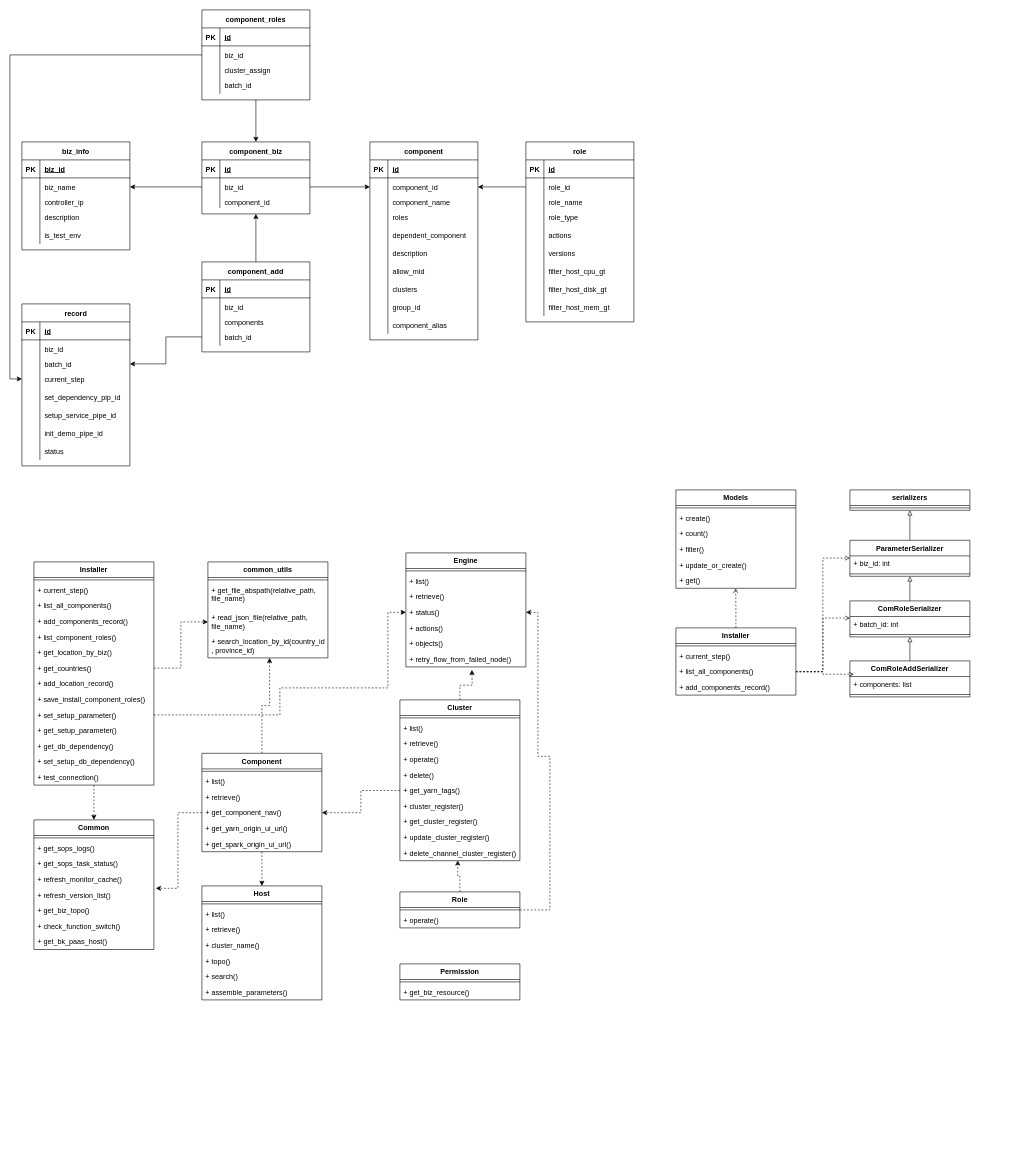
This is Untitled Diagram.drawio from TristanMenethill/hello-world, a draw.io file, before an edit. Source tidied: cells renumbered, new cells numbered last; positions are measured from the earlier drawing's top-left corner, leaving out a move shared by most shapes. Both pictures are drawn from the tidied source at 60%, with x=0, y=0 at pixel (22, 10).
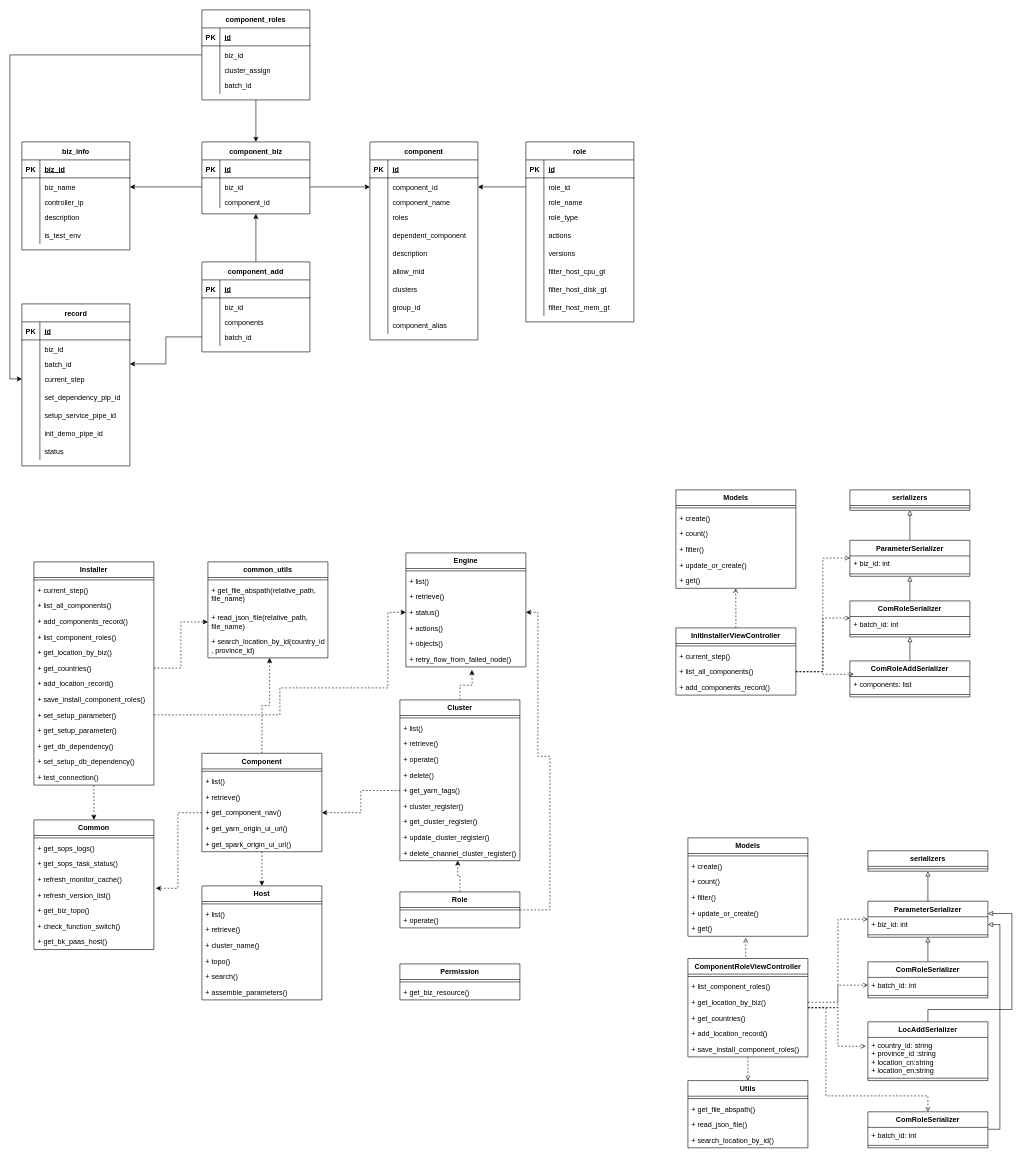
The same diagram, later.

What changed in the source:
```diff
@@
-    <mxCell id="225" value="Installer" style="swimlane;fontStyle=1;align=center;verticalAlign=top;horizontal=1;startSize=26;" parent="1" vertex="1">
+    <mxCell id="225" value="InitInstallerViewController" style="swimlane;fontStyle=1;align=center;verticalAlign=top;horizontal=1;startSize=26;" parent="1" vertex="1">
       <mxGeometry x="1090" y="1030" width="200" height="112" as="geometry" />
     </mxCell>
@@
+    <mxCell id="254" style="edgeStyle=orthogonalEdgeStyle;rounded=0;jettySize=auto;html=1;exitX=0.5;exitY=0;exitDx=0;exitDy=0;entryX=0.482;entryY=1.092;entryDx=0;entryDy=0;entryPerimeter=0;dashed=1;endArrow=open;endFill=0;" parent="1" edge="1" source="259" target="291">
+      <mxGeometry relative="1" as="geometry" />
+    </mxCell>
+    <mxCell id="255" style="edgeStyle=orthogonalEdgeStyle;rounded=0;jettySize=auto;html=1;entryX=0.5;entryY=0;entryDx=0;entryDy=0;dashed=1;endArrow=open;endFill=0;" parent="1" edge="1" source="259" target="266">
+      <mxGeometry relative="1" as="geometry" />
+    </mxCell>
+    <mxCell id="256" style="edgeStyle=orthogonalEdgeStyle;rounded=0;jettySize=auto;html=1;dashed=1;endArrow=open;endFill=0;" parent="1" edge="1" source="259" target="279">
+      <mxGeometry relative="1" as="geometry" />
+    </mxCell>
+    <mxCell id="257" style="edgeStyle=orthogonalEdgeStyle;rounded=0;jettySize=auto;html=1;entryX=-0.018;entryY=0.23;entryDx=0;entryDy=0;entryPerimeter=0;dashed=1;endArrow=open;endFill=0;" parent="1" edge="1" source="259" target="283">
+      <mxGeometry relative="1" as="geometry" />
+    </mxCell>
+    <mxCell id="258" style="edgeStyle=orthogonalEdgeStyle;rounded=0;jettySize=auto;html=1;entryX=0.5;entryY=0;entryDx=0;entryDy=0;dashed=1;endArrow=open;endFill=0;" parent="1" edge="1" source="259" target="292">
+      <mxGeometry relative="1" as="geometry">
+        <Array as="points">
+          <mxPoint x="1340" y="1663" />
+          <mxPoint x="1340" y="1810" />
+          <mxPoint x="1510" y="1810" />
+        </Array>
+      </mxGeometry>
+    </mxCell>
+    <mxCell id="259" value="ComponentRoleViewController" style="swimlane;fontStyle=1;align=center;verticalAlign=top;horizontal=1;startSize=26;" parent="1" vertex="1">
+      <mxGeometry x="1110" y="1581" width="200" height="164" as="geometry" />
+    </mxCell>
+    <mxCell id="260" style="line;strokeWidth=1;fillColor=none;align=left;verticalAlign=middle;spacingTop=-1;spacingLeft=3;spacingRight=3;labelPosition=right;" parent="259" vertex="1">
+      <mxGeometry y="26" width="200" height="8" as="geometry" />
+    </mxCell>
+    <mxCell id="261" value="+ list_component_roles()" style="text;strokeColor=none;fillColor=none;align=left;verticalAlign=top;spacingLeft=4;spacingRight=4;overflow=hidden;" parent="259" vertex="1">
+      <mxGeometry y="34" width="200" height="26" as="geometry" />
+    </mxCell>
+    <mxCell id="262" value="+ get_location_by_biz()" style="text;strokeColor=none;fillColor=none;align=left;verticalAlign=top;spacingLeft=4;spacingRight=4;overflow=hidden;points=[[0,0.5],[1,0.5]];portConstraint=eastwest;" parent="259" vertex="1">
+      <mxGeometry y="60" width="200" height="26" as="geometry" />
+    </mxCell>
+    <mxCell id="263" value="+ get_countries()" style="text;strokeColor=none;fillColor=none;align=left;verticalAlign=top;spacingLeft=4;spacingRight=4;overflow=hidden;" parent="259" vertex="1">
+      <mxGeometry y="86" width="200" height="26" as="geometry" />
+    </mxCell>
+    <mxCell id="264" value="+ add_location_record()" style="text;strokeColor=none;fillColor=none;align=left;verticalAlign=top;spacingLeft=4;spacingRight=4;overflow=hidden;" parent="259" vertex="1">
+      <mxGeometry y="112" width="200" height="26" as="geometry" />
+    </mxCell>
+    <mxCell id="265" value="+ save_install_component_roles()" style="text;strokeColor=none;fillColor=none;align=left;verticalAlign=top;spacingLeft=4;spacingRight=4;overflow=hidden;" parent="259" vertex="1">
+      <mxGeometry y="138" width="200" height="26" as="geometry" />
+    </mxCell>
+    <mxCell id="266" value="Utils" style="swimlane;fontStyle=1;align=center;verticalAlign=top;horizontal=1;startSize=26;" parent="1" vertex="1">
+      <mxGeometry x="1110" y="1784.5" width="200" height="112" as="geometry" />
+    </mxCell>
+    <mxCell id="267" style="line;strokeWidth=1;fillColor=none;align=left;verticalAlign=middle;spacingTop=-1;spacingLeft=3;spacingRight=3;labelPosition=right;" parent="266" vertex="1">
+      <mxGeometry y="26" width="200" height="8" as="geometry" />
+    </mxCell>
+    <mxCell id="268" value="+ get_file_abspath()" style="text;strokeColor=none;fillColor=none;align=left;verticalAlign=top;spacingLeft=4;spacingRight=4;overflow=hidden;" parent="266" vertex="1">
+      <mxGeometry y="34" width="200" height="26" as="geometry" />
+    </mxCell>
+    <mxCell id="269" value="+ read_json_file()" style="text;strokeColor=none;fillColor=none;align=left;verticalAlign=top;spacingLeft=4;spacingRight=4;overflow=hidden;" parent="266" vertex="1">
+      <mxGeometry y="60" width="200" height="26" as="geometry" />
+    </mxCell>
+    <mxCell id="270" value="+ search_location_by_id()" style="text;strokeColor=none;fillColor=none;align=left;verticalAlign=top;spacingLeft=4;spacingRight=4;overflow=hidden;" parent="266" vertex="1">
+      <mxGeometry y="86" width="200" height="26" as="geometry" />
+    </mxCell>
+    <mxCell id="271" value="serializers" style="swimlane;fontStyle=1;align=center;verticalAlign=top;horizontal=1;startSize=26;" parent="1" vertex="1">
+      <mxGeometry x="1410" y="1401.5" width="200" height="34" as="geometry" />
+    </mxCell>
+    <mxCell id="272" style="line;strokeWidth=1;fillColor=none;align=left;verticalAlign=middle;spacingTop=-1;spacingLeft=3;spacingRight=3;labelPosition=right;" parent="271" vertex="1">
+      <mxGeometry y="26" width="200" height="8" as="geometry" />
+    </mxCell>
+    <mxCell id="273" style="edgeStyle=orthogonalEdgeStyle;rounded=0;jettySize=auto;html=1;exitX=0.5;exitY=0;exitDx=0;exitDy=0;entryX=0.5;entryY=1;entryDx=0;entryDy=0;endArrow=block;endFill=0;" parent="1" edge="1" source="274" target="271">
+      <mxGeometry relative="1" as="geometry" />
+    </mxCell>
+    <mxCell id="274" value="ParameterSerializer" style="swimlane;fontStyle=1;align=center;verticalAlign=top;horizontal=1;startSize=26;" parent="1" vertex="1">
+      <mxGeometry x="1410" y="1485.5" width="200" height="60" as="geometry" />
+    </mxCell>
+    <mxCell id="275" value="+ biz_id: int" style="text;strokeColor=none;fillColor=none;align=left;verticalAlign=top;spacingLeft=4;spacingRight=4;overflow=hidden;points=[[0,0.5],[1,0.5]];portConstraint=eastwest;" parent="274" vertex="1">
+      <mxGeometry y="26" width="200" height="26" as="geometry" />
+    </mxCell>
+    <mxCell id="276" style="line;strokeWidth=1;fillColor=none;align=left;verticalAlign=middle;spacingTop=-1;spacingLeft=3;spacingRight=3;labelPosition=right;" parent="274" vertex="1">
+      <mxGeometry y="52" width="200" height="8" as="geometry" />
+    </mxCell>
+    <mxCell id="277" style="edgeStyle=orthogonalEdgeStyle;rounded=0;jettySize=auto;html=1;exitX=0.5;exitY=0;exitDx=0;exitDy=0;entryX=0.5;entryY=1;entryDx=0;entryDy=0;endArrow=block;endFill=0;" parent="1" edge="1" source="278" target="274">
+      <mxGeometry relative="1" as="geometry" />
+    </mxCell>
+    <mxCell id="278" value="ComRoleSerializer" style="swimlane;fontStyle=1;align=center;verticalAlign=top;horizontal=1;startSize=26;" parent="1" vertex="1">
+      <mxGeometry x="1410" y="1586.5" width="200" height="60" as="geometry" />
+    </mxCell>
+    <mxCell id="279" value="+ batch_id: int" style="text;strokeColor=none;fillColor=none;align=left;verticalAlign=top;spacingLeft=4;spacingRight=4;overflow=hidden;points=[[0,0.5],[1,0.5]];portConstraint=eastwest;" parent="278" vertex="1">
+      <mxGeometry y="26" width="200" height="26" as="geometry" />
+    </mxCell>
+    <mxCell id="280" style="line;strokeWidth=1;fillColor=none;align=left;verticalAlign=middle;spacingTop=-1;spacingLeft=3;spacingRight=3;labelPosition=right;" parent="278" vertex="1">
+      <mxGeometry y="52" width="200" height="8" as="geometry" />
+    </mxCell>
+    <mxCell id="281" style="edgeStyle=orthogonalEdgeStyle;rounded=0;jettySize=auto;html=1;exitX=0.5;exitY=0;exitDx=0;exitDy=0;endArrow=block;endFill=0;entryX=1;entryY=0.342;entryDx=0;entryDy=0;entryPerimeter=0;" parent="1" edge="1" source="282" target="274">
+      <mxGeometry relative="1" as="geometry">
+        <Array as="points">
+          <mxPoint x="1510" y="1666" />
+          <mxPoint x="1650" y="1666" />
+          <mxPoint x="1650" y="1506" />
+        </Array>
+      </mxGeometry>
+    </mxCell>
+    <mxCell id="282" value="LocAddSerializer" style="swimlane;fontStyle=1;align=center;verticalAlign=top;horizontal=1;startSize=26;" parent="1" vertex="1">
+      <mxGeometry x="1410" y="1686.5" width="200" height="98" as="geometry" />
+    </mxCell>
+    <mxCell id="283" value="+ country_id: string&#10;+ province_id :string&#10;+ location_cn:string&#10;+ location_en:string" style="text;strokeColor=none;fillColor=none;align=left;verticalAlign=top;spacingLeft=4;spacingRight=4;overflow=hidden;points=[[0,0.5],[1,0.5]];portConstraint=eastwest;" parent="282" vertex="1">
+      <mxGeometry y="26" width="200" height="64" as="geometry" />
+    </mxCell>
+    <mxCell id="284" style="line;strokeWidth=1;fillColor=none;align=left;verticalAlign=middle;spacingTop=-1;spacingLeft=3;spacingRight=3;labelPosition=right;" parent="282" vertex="1">
+      <mxGeometry y="90" width="200" height="8" as="geometry" />
+    </mxCell>
+    <mxCell id="285" value="Models" style="swimlane;fontStyle=1;align=center;verticalAlign=top;horizontal=1;startSize=26;" parent="1" vertex="1">
+      <mxGeometry x="1110" y="1380" width="200" height="164" as="geometry" />
+    </mxCell>
+    <mxCell id="286" style="line;strokeWidth=1;fillColor=none;align=left;verticalAlign=middle;spacingTop=-1;spacingLeft=3;spacingRight=3;labelPosition=right;" parent="285" vertex="1">
+      <mxGeometry y="26" width="200" height="8" as="geometry" />
+    </mxCell>
+    <mxCell id="287" value="+ create()" style="text;strokeColor=none;fillColor=none;align=left;verticalAlign=top;spacingLeft=4;spacingRight=4;overflow=hidden;" parent="285" vertex="1">
+      <mxGeometry y="34" width="200" height="26" as="geometry" />
+    </mxCell>
+    <mxCell id="288" value="+ count()" style="text;strokeColor=none;fillColor=none;align=left;verticalAlign=top;spacingLeft=4;spacingRight=4;overflow=hidden;" parent="285" vertex="1">
+      <mxGeometry y="60" width="200" height="26" as="geometry" />
+    </mxCell>
+    <mxCell id="289" value="+ filter()" style="text;strokeColor=none;fillColor=none;align=left;verticalAlign=top;spacingLeft=4;spacingRight=4;overflow=hidden;" parent="285" vertex="1">
+      <mxGeometry y="86" width="200" height="26" as="geometry" />
+    </mxCell>
+    <mxCell id="290" value="+ update_or_create()" style="text;strokeColor=none;fillColor=none;align=left;verticalAlign=top;spacingLeft=4;spacingRight=4;overflow=hidden;" parent="285" vertex="1">
+      <mxGeometry y="112" width="200" height="26" as="geometry" />
+    </mxCell>
+    <mxCell id="291" value="+ get()" style="text;strokeColor=none;fillColor=none;align=left;verticalAlign=top;spacingLeft=4;spacingRight=4;overflow=hidden;points=[[0,0.5],[1,0.5]];portConstraint=eastwest;" parent="285" vertex="1">
+      <mxGeometry y="138" width="200" height="26" as="geometry" />
+    </mxCell>
+    <mxCell id="292" value="ComRoleSerializer" style="swimlane;fontStyle=1;align=center;verticalAlign=top;horizontal=1;startSize=26;" parent="1" vertex="1">
+      <mxGeometry x="1410" y="1836.5" width="200" height="60" as="geometry" />
+    </mxCell>
+    <mxCell id="293" value="+ batch_id: int" style="text;strokeColor=none;fillColor=none;align=left;verticalAlign=top;spacingLeft=4;spacingRight=4;overflow=hidden;points=[[0,0.5],[1,0.5]];portConstraint=eastwest;" parent="292" vertex="1">
+      <mxGeometry y="26" width="200" height="26" as="geometry" />
+    </mxCell>
+    <mxCell id="294" style="line;strokeWidth=1;fillColor=none;align=left;verticalAlign=middle;spacingTop=-1;spacingLeft=3;spacingRight=3;labelPosition=right;" parent="292" vertex="1">
+      <mxGeometry y="52" width="200" height="8" as="geometry" />
+    </mxCell>
+    <mxCell id="295" style="edgeStyle=orthogonalEdgeStyle;rounded=0;jettySize=auto;html=1;exitX=1.002;exitY=0.119;exitDx=0;exitDy=0;entryX=1;entryY=0.5;entryDx=0;entryDy=0;endArrow=block;endFill=0;exitPerimeter=0;" parent="1" edge="1" source="293" target="275">
+      <mxGeometry relative="1" as="geometry" />
+    </mxCell>
+    <mxCell id="296" style="edgeStyle=orthogonalEdgeStyle;rounded=0;jettySize=auto;html=1;exitX=1;exitY=0.5;exitDx=0;exitDy=0;entryX=0;entryY=0.5;entryDx=0;entryDy=0;dashed=1;endArrow=open;endFill=0;" parent="1" edge="1" source="262" target="274">
+      <mxGeometry relative="1" as="geometry" />
+    </mxCell>
```
